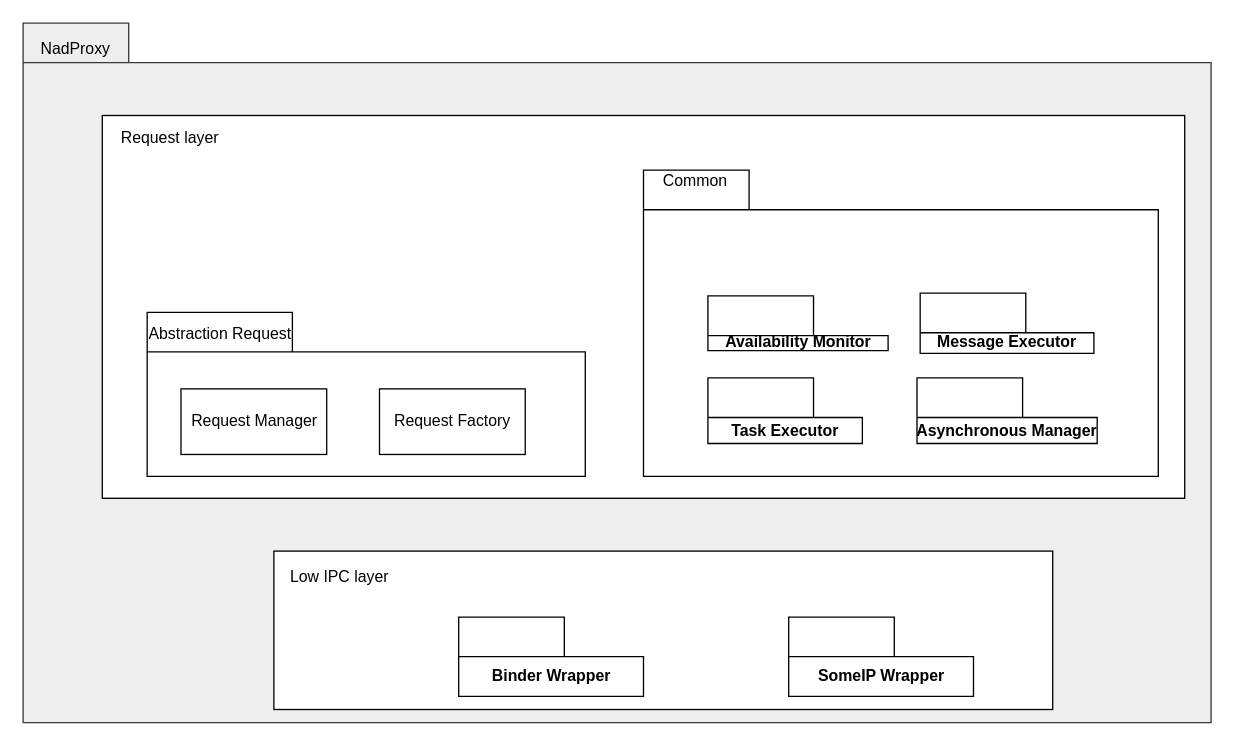
The draw.io diagram page "static" (1 of 4) of doc/SA cert/Design/nadproxy.drawio in taikt/codefun, before the edit. Source tidied: cells renumbered, new cells numbered last; positions are measured from the earlier drawing's top-left corner, leaving out a move shared by most shapes. Both pictures are drawn from the tidied source at 132%, with x=0, y=0 at pixel (22, 22).
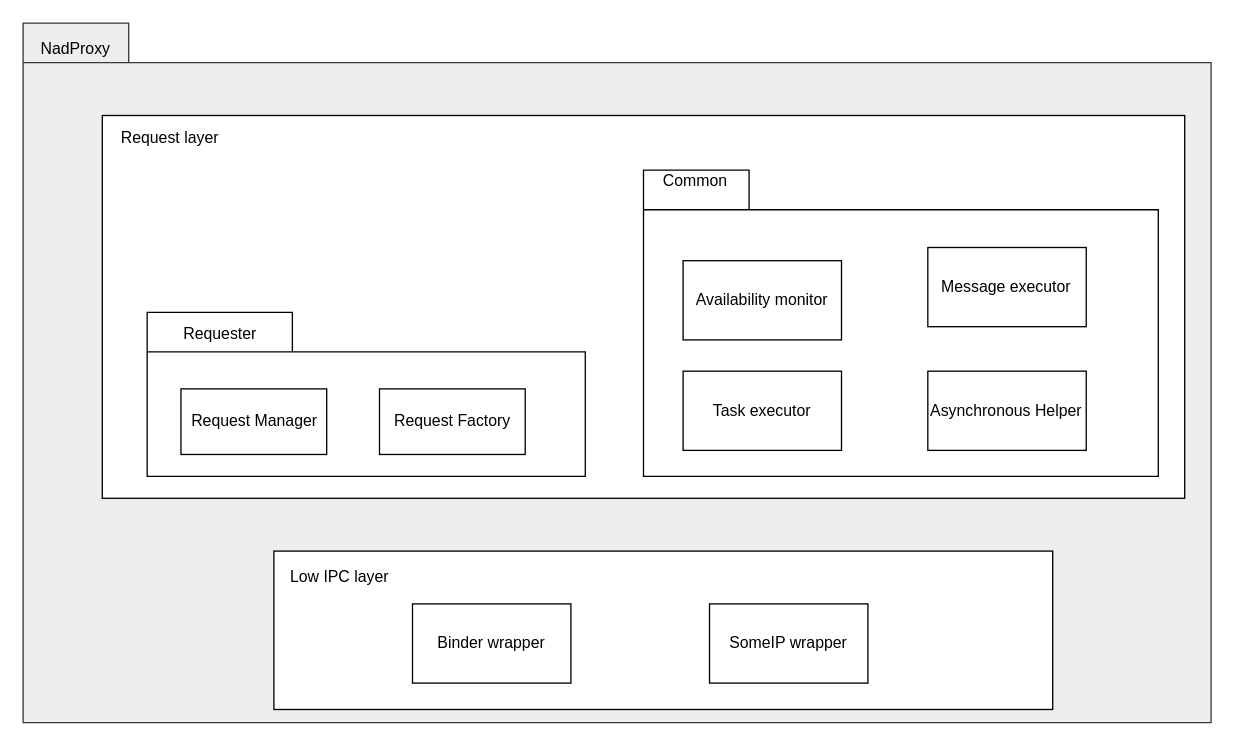
Above is the later version.

The change refers to these unchanged cells:
```xml
<mxCell id="5" style="group;" parent="1" vertex="1">
  <mxGeometry x="60" y="70" width="820" height="290" as="geometry" />
</mxCell>
<mxCell id="7" style="group;" parent="5" vertex="1">
  <mxGeometry x="410" y="41.4" width="390" height="232" as="geometry" />
</mxCell>
```

Change to the diagram source:
```diff
@@
-    <mxCell id="10" value="Task Executor" style="shape=folder;fontStyle=1;tabWidth=80;tabHeight=30;tabPosition=left;html=1;boundedLbl=1;" parent="7" vertex="1">
-      <mxGeometry x="48.8" y="157.4" width="117" height="49.7" as="geometry" />
-    </mxCell>
-    <mxCell id="11" value="Asynchronous Manager" style="shape=folder;fontStyle=1;tabWidth=80;tabHeight=30;tabPosition=left;html=1;boundedLbl=1;" parent="7" vertex="1">
-      <mxGeometry x="207.2" y="157.4" width="136.5" height="49.7" as="geometry" />
-    </mxCell>
-    <mxCell id="12" value="Availability Monitor" style="shape=folder;fontStyle=1;tabWidth=80;tabHeight=30;tabPosition=left;html=1;boundedLbl=1;" parent="7" vertex="1">
-      <mxGeometry x="48.8" y="95.3" width="136.5" height="41.4" as="geometry" />
-    </mxCell>
-    <mxCell id="13" value="Message Executor" style="shape=folder;fontStyle=1;tabWidth=80;tabHeight=30;tabPosition=left;html=1;boundedLbl=1;" parent="7" vertex="1">
-      <mxGeometry x="209.6" y="93.2" width="131.6" height="45.6" as="geometry" />
-    </mxCell>
+    <mxCell id="23" value="Availability monitor" style="rounded=0;whiteSpace=wrap;html=1;" parent="7" vertex="1">
+      <mxGeometry x="30" y="68.6" width="120" height="60" as="geometry" />
+    </mxCell>
+    <mxCell id="24" value="Message executor" style="rounded=0;whiteSpace=wrap;html=1;" parent="7" vertex="1">
+      <mxGeometry x="215.4" y="58.6" width="120" height="60" as="geometry" />
+    </mxCell>
+    <mxCell id="25" value="Task executor" style="rounded=0;whiteSpace=wrap;html=1;" parent="7" vertex="1">
+      <mxGeometry x="30" y="152.3" width="120" height="60" as="geometry" />
+    </mxCell>
+    <mxCell id="26" value="Asynchronous Helper" style="rounded=0;whiteSpace=wrap;html=1;" parent="7" vertex="1">
+      <mxGeometry x="215.4" y="152.3" width="120" height="60" as="geometry" />
+    </mxCell>
@@
-    <mxCell id="16" value="Abstraction Request" style="text;html=1;strokeColor=none;fillColor=none;align=center;verticalAlign=middle;whiteSpace=wrap;rounded=0;" parent="5" vertex="1">
+    <mxCell id="16" value="Requester" style="text;html=1;strokeColor=none;fillColor=none;align=center;verticalAlign=middle;whiteSpace=wrap;rounded=0;" parent="5" vertex="1">
       <mxGeometry x="34" y="157.4" width="110.6" height="16.6" as="geometry" />
     </mxCell>
@@
-    <mxCell id="20" value="Binder Wrapper" style="shape=folder;fontStyle=1;tabWidth=80;tabHeight=30;tabPosition=left;html=1;boundedLbl=1;" parent="1" vertex="1">
-      <mxGeometry x="330" y="450" width="140" height="60" as="geometry" />
-    </mxCell>
-    <mxCell id="21" value="SomeIP Wrapper" style="shape=folder;fontStyle=1;tabWidth=80;tabHeight=30;tabPosition=left;html=1;boundedLbl=1;" parent="1" vertex="1">
-      <mxGeometry x="580" y="450" width="140" height="60" as="geometry" />
-    </mxCell>
@@
+    <mxCell id="27" value="Binder wrapper" style="rounded=0;whiteSpace=wrap;html=1;" parent="1" vertex="1">
+      <mxGeometry x="295" y="440" width="120" height="60" as="geometry" />
+    </mxCell>
+    <mxCell id="28" value="SomeIP wrapper" style="rounded=0;whiteSpace=wrap;html=1;" parent="1" vertex="1">
+      <mxGeometry x="520" y="440" width="120" height="60" as="geometry" />
+    </mxCell>
```
